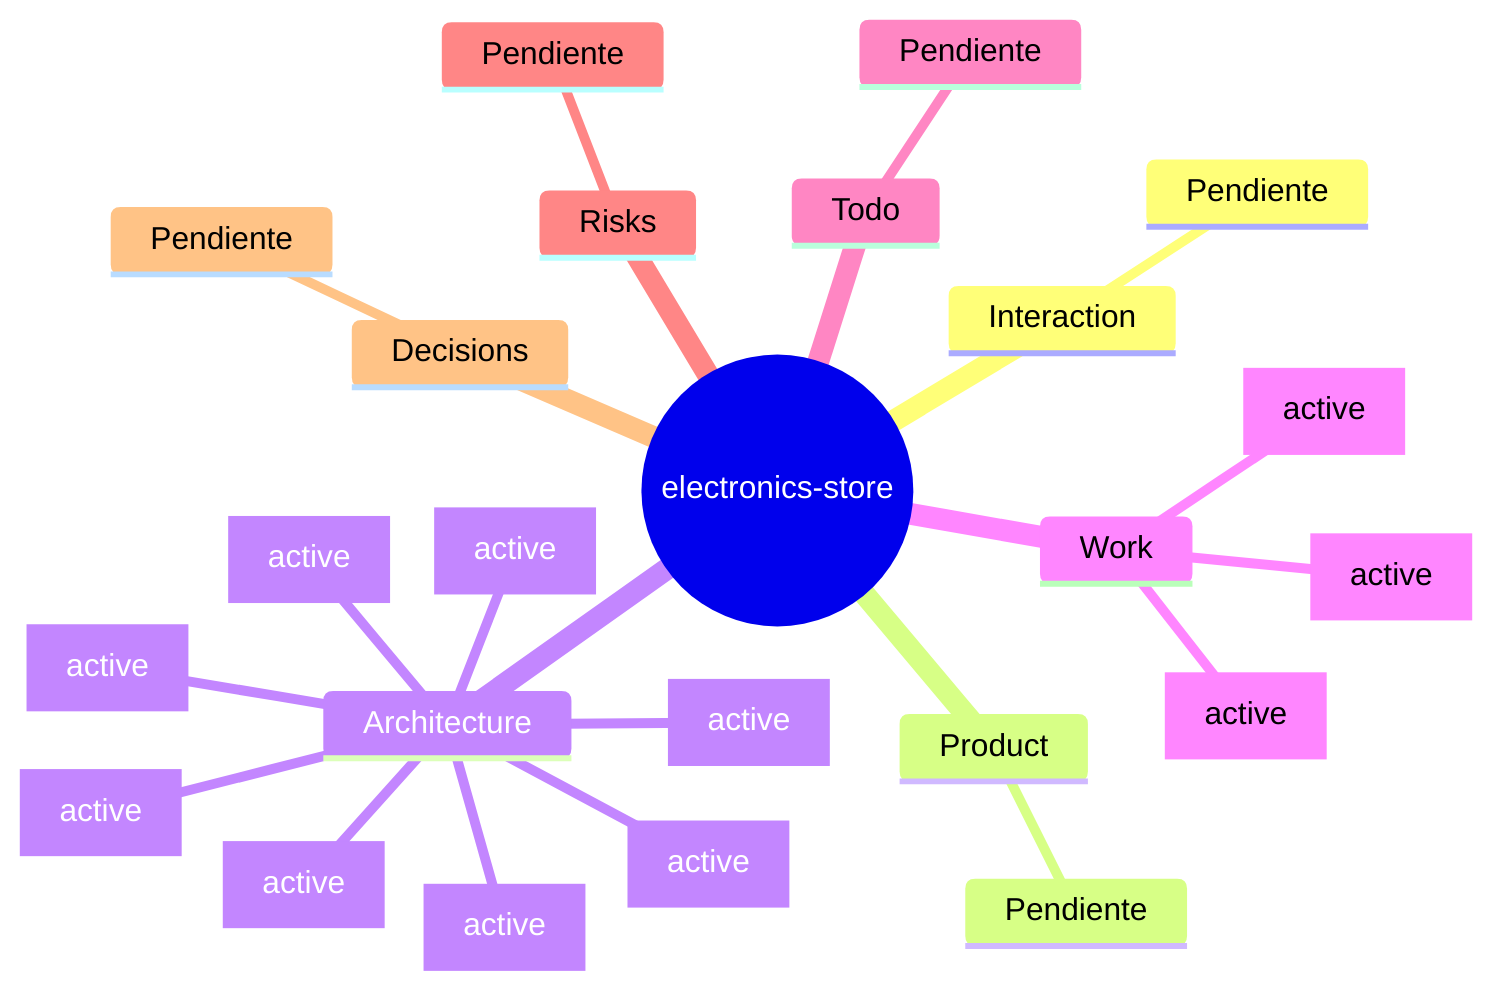
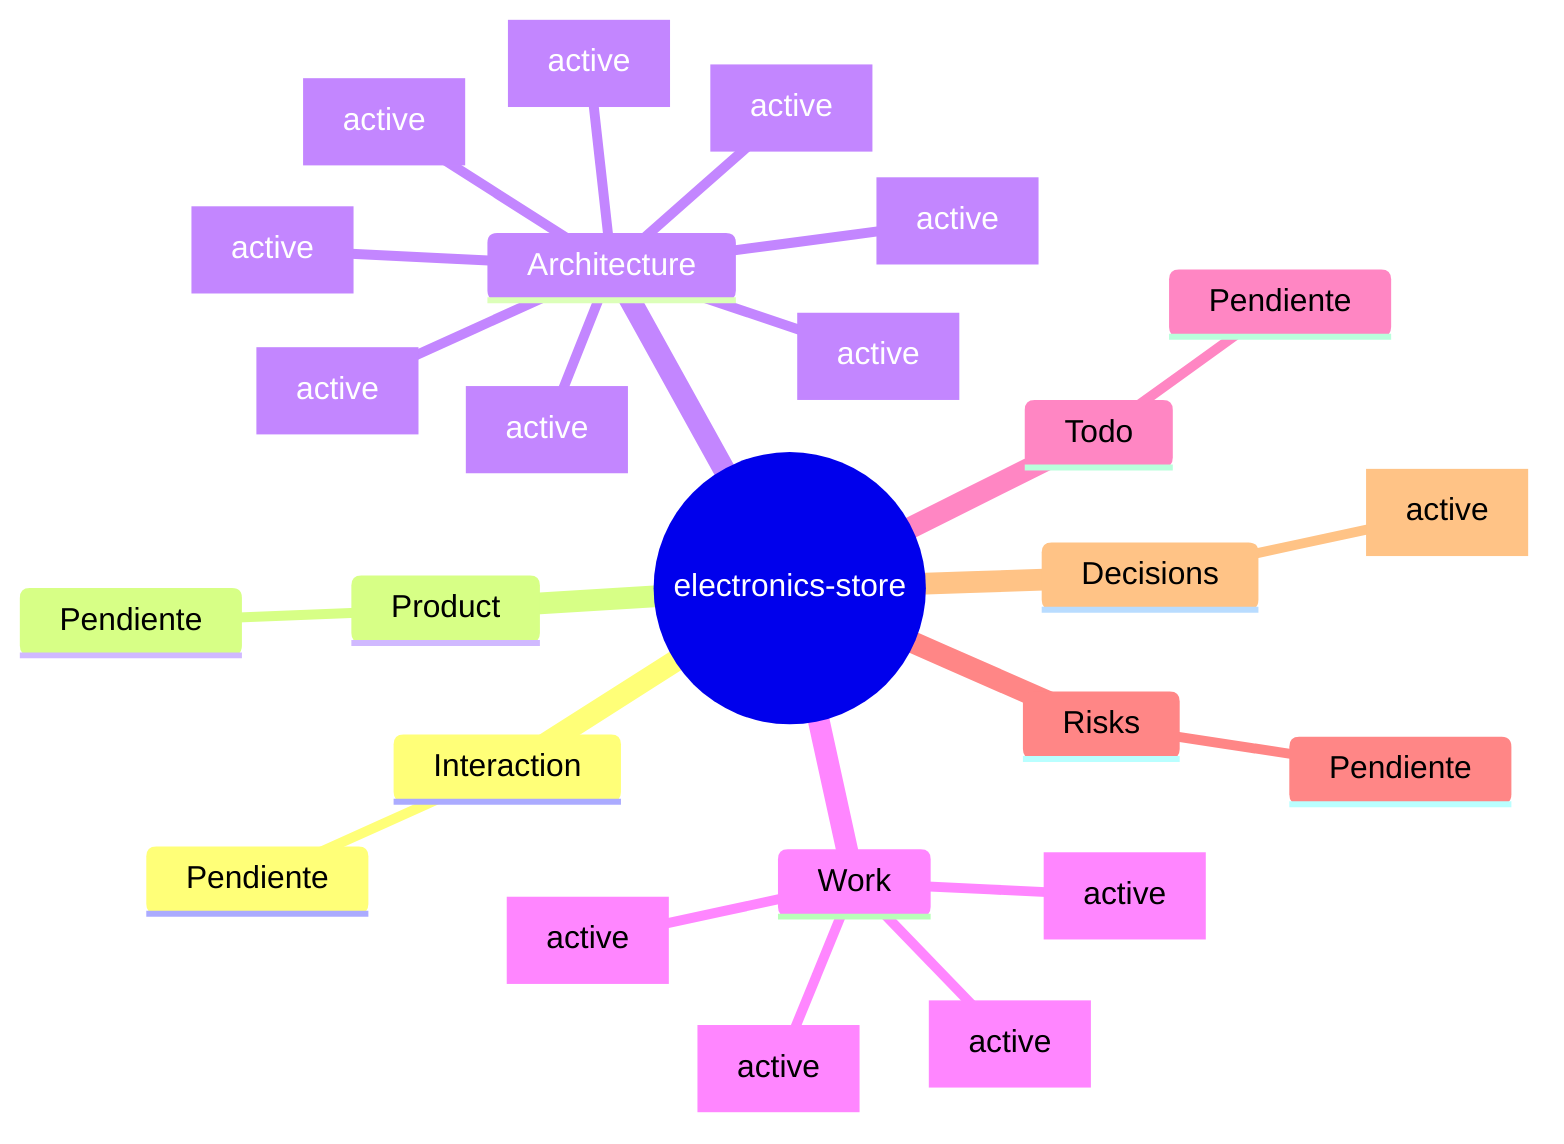
mindmap
  root((electronics-store))
    Interaction
      Pendiente
    Product
      Pendiente
    Architecture
      .env [active]
      .env.example [active]
      .gitignore [active]
      AGENTS.md [active]
      CLAUDE.md [active]
      README.md [active]
      eslint.config.mjs [active]
      middleware.ts [active]
    Work
      Google store admin access [active]
      Store security and caching pass [active]
      Electronics inventory research shortlist [active]
+       Landing hero trust imagery [active]
    Todo
      Pendiente
    Risks
      Pendiente
    Decisions
-       Pendiente
+       Landing hero image rotation [active]
